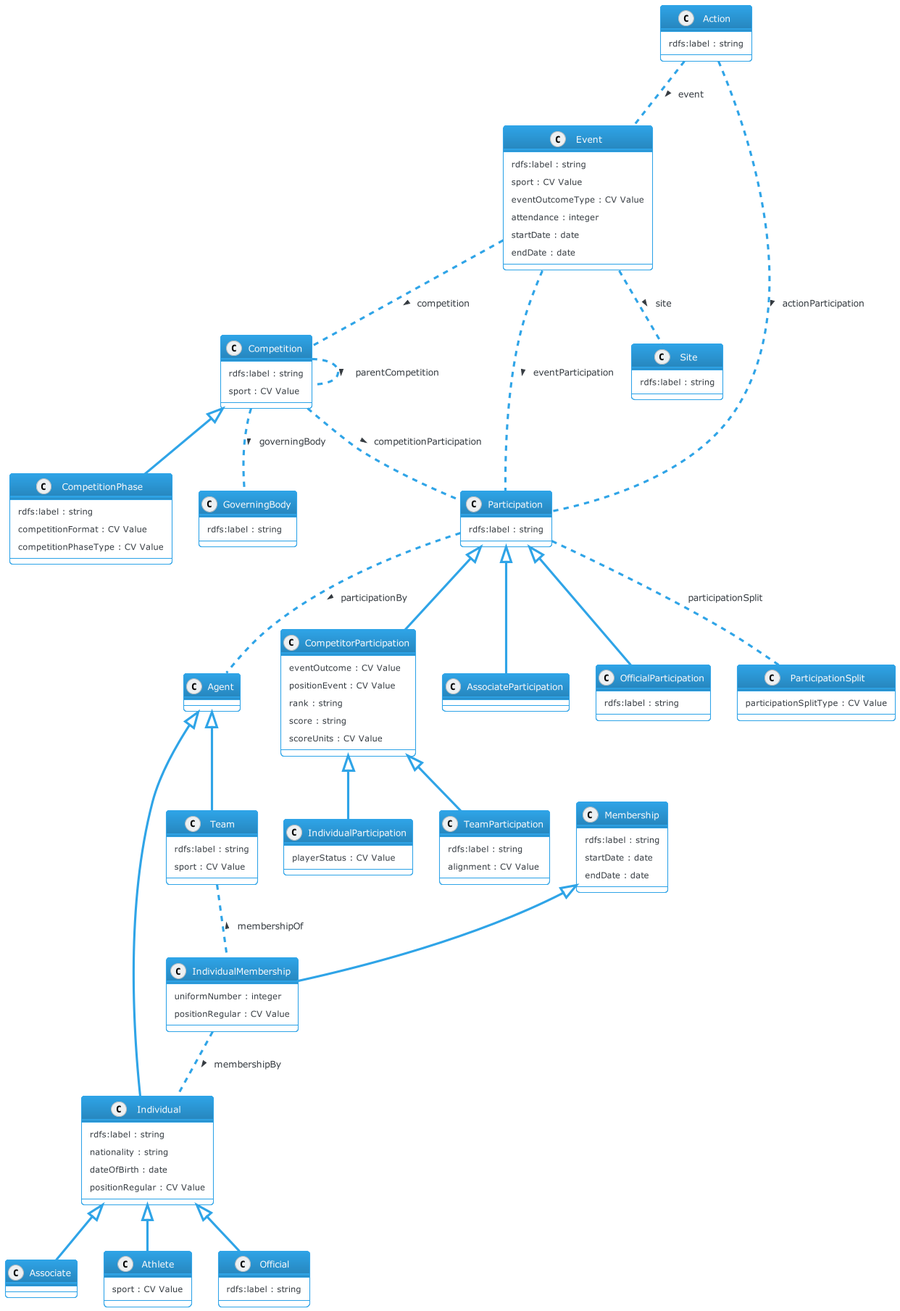
Above: docs/diagrams/iptc-sport-model.png in iptc/sport-schema (PlantUML), before the change.
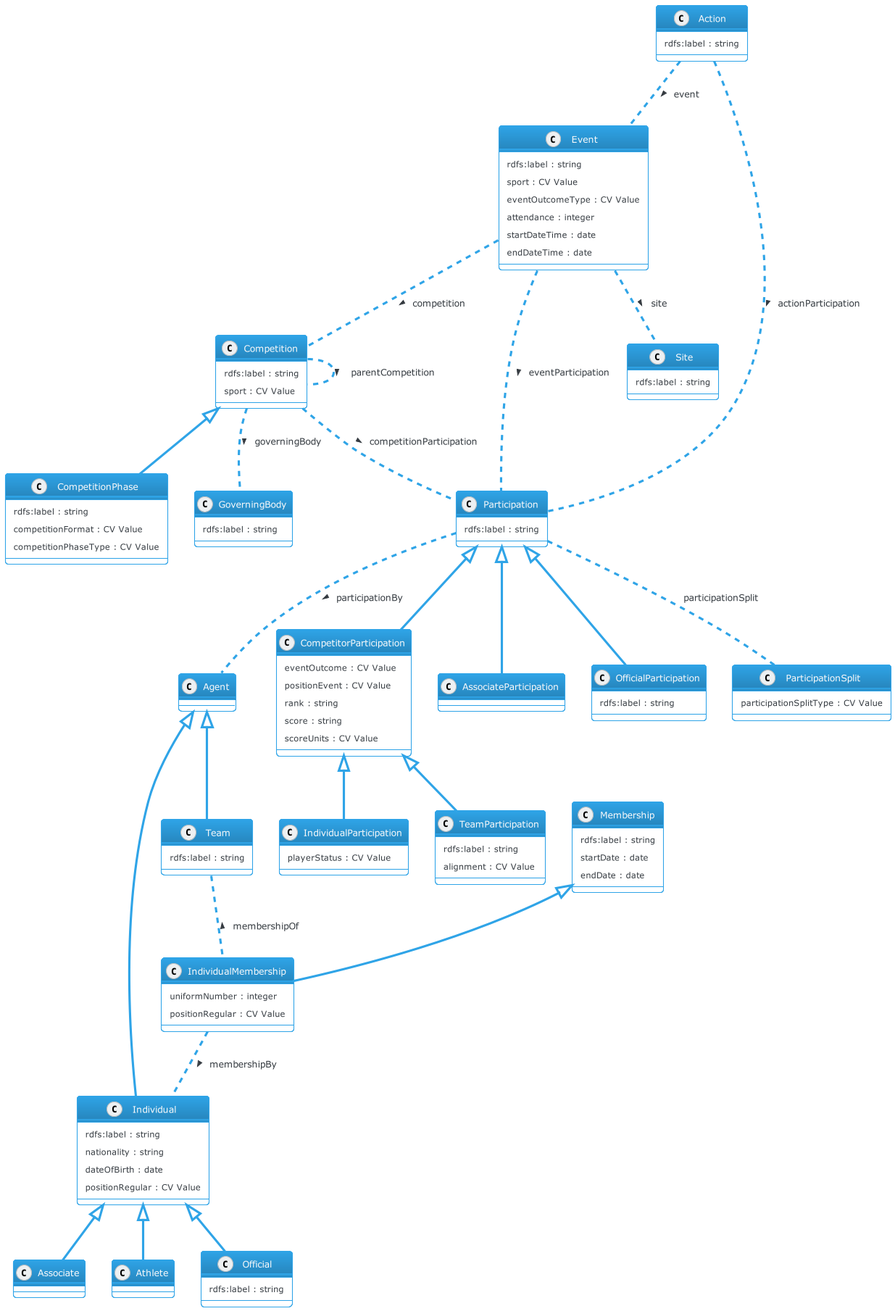
After the change.

The edit, as a diff of the source:
```diff
@@ -13,7 +13,6 @@
 }
 
 class Athlete {
-  sport : CV Value
 }
 
 class Competition {
@@ -40,8 +39,8 @@
   sport : CV Value
   eventOutcomeType : CV Value
   attendance : integer
-  startDate : date
-  endDate : date
+  startDateTime : date
+  endDateTime : date
 }
 
 class GoverningBody {
@@ -95,7 +94,6 @@
 
 class Team {
   rdfs:label : string
-  sport : CV Value
 }
 
 class TeamParticipation {
```
